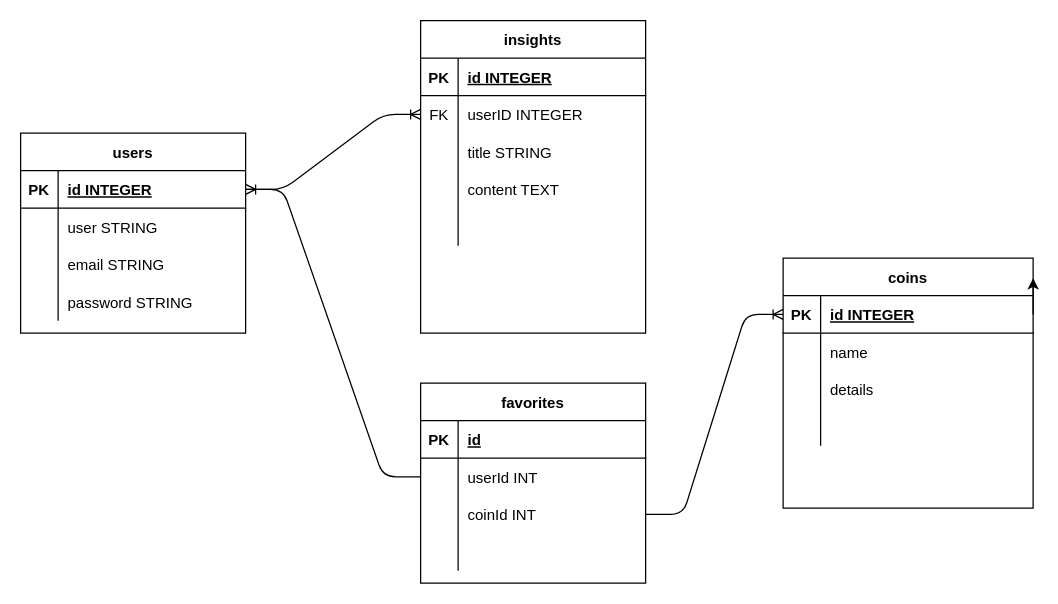
Above: ERD.drawio in prijacash/project-2-crypto (draw.io), before the change. Source tidied: cells renumbered, new cells numbered last; positions are measured from the earlier drawing's top-left corner, leaving out a move shared by most shapes. Both pictures are drawn from the tidied source at 125%, with x=0, y=0 at pixel (20, 20).
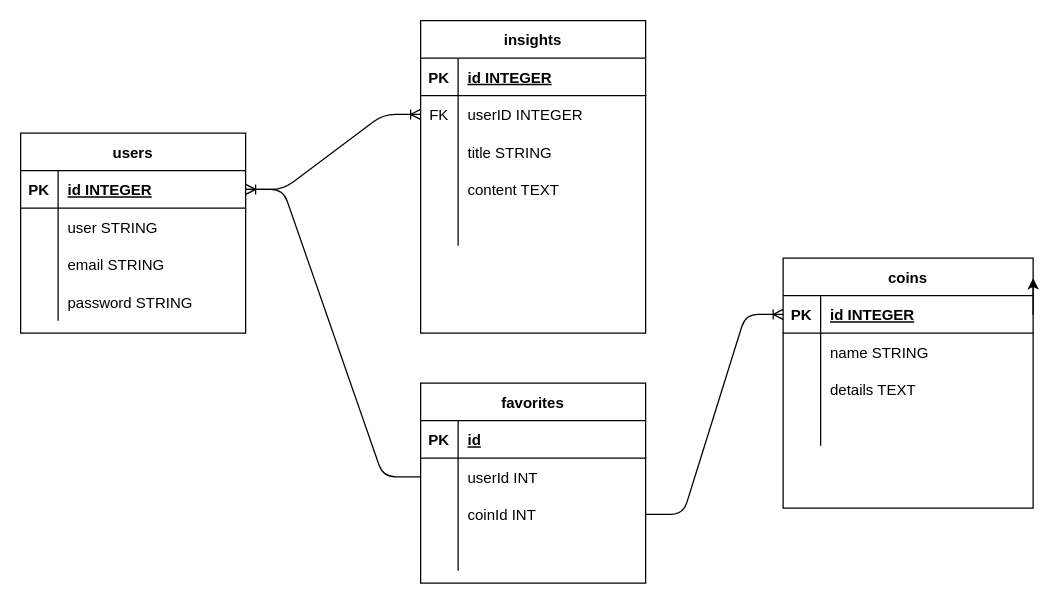
After the change.

Unchanged cells that the change refers to:
```xml
<mxCell id="37" style="shape=partialRectangle;fillColor=none;top=0;left=0;bottom=0;right=0;" parent="32" vertex="1">
  <mxGeometry y="60" width="200" height="30" as="geometry" />
</mxCell>
<mxCell id="40" style="shape=partialRectangle;fillColor=none;top=0;left=0;bottom=0;right=0;" parent="32" vertex="1">
  <mxGeometry y="90" width="200" height="30" as="geometry" />
</mxCell>
```

What changed in the source:
```diff
@@
-    <mxCell id="39" value="name" style="shape=partialRectangle;fillColor=none;top=0;left=0;bottom=0;right=0;align=left;spacingLeft=6;overflow=hidden;" parent="37" vertex="1">
+    <mxCell id="39" value="name STRING" style="shape=partialRectangle;fillColor=none;top=0;left=0;bottom=0;right=0;align=left;spacingLeft=6;overflow=hidden;" parent="37" vertex="1">
       <mxGeometry x="30" width="170" height="30" as="geometry" />
     </mxCell>
@@
-    <mxCell id="42" value="details" style="shape=partialRectangle;fillColor=none;top=0;left=0;bottom=0;right=0;align=left;spacingLeft=6;overflow=hidden;" parent="40" vertex="1">
+    <mxCell id="42" value="details TEXT" style="shape=partialRectangle;fillColor=none;top=0;left=0;bottom=0;right=0;align=left;spacingLeft=6;overflow=hidden;" parent="40" vertex="1">
       <mxGeometry x="30" width="170" height="30" as="geometry" />
     </mxCell>
```
